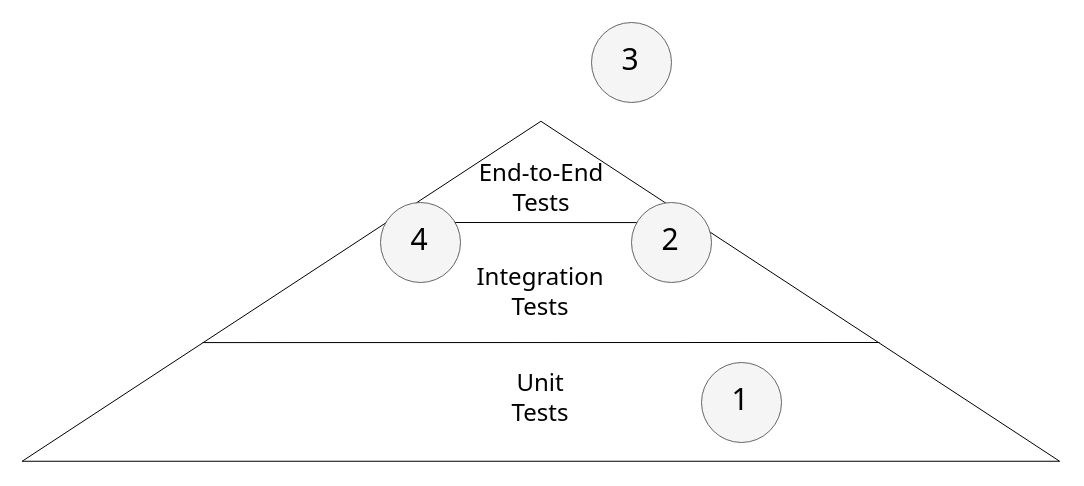
Before: docs/TestingStrategy.drawio in JonQuxBurton/MobileMicroservicesSample, a draw.io diagram. Source tidied: cells renumbered, new cells numbered last; positions are measured from the earlier drawing's top-left corner, leaving out a move shared by most shapes. Both pictures are drawn from the tidied source at 100%, with x=0, y=0 at pixel (370, -228).
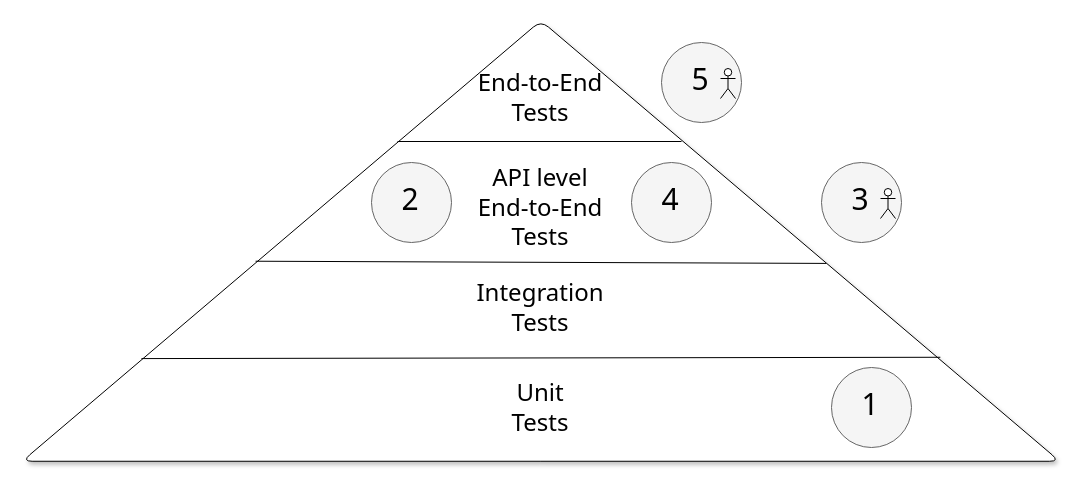
The same page after the edit.

Commit message (it also covers changes not shown here):
Updated testing pyramid diagram

Change to the diagram source:
```diff
@@
-    <mxCell id="2" style="triangle;whiteSpace=wrap;html=1;rotation=-90;" parent="1" vertex="1">
-      <mxGeometry x="0.4" width="340" height="1037.5" as="geometry" />
+    <mxCell id="2" style="triangle;whiteSpace=wrap;html=1;rotation=-90;shadow=1;sketch=0;rounded=1;" parent="1" vertex="1">
+      <mxGeometry x="-49.9" y="-50.3" width="440.6" height="1037.5" as="geometry" />
     </mxCell>
-    <mxCell id="3" style="endArrow=none;html=1;exitX=0.349;exitY=0.174;exitDx=0;exitDy=0;exitPerimeter=0;" parent="1" edge="1" source="2">
-      <mxGeometry relative="1" as="geometry">
-        <mxPoint x="509" y="570" as="targetPoint" />
-      </mxGeometry>
+    <mxCell id="3" style="endArrow=none;html=1;exitX=0.233;exitY=0.115;exitDx=0;exitDy=0;exitPerimeter=0;entryX=0.236;entryY=0.885;entryDx=0;entryDy=0;entryPerimeter=0;" parent="1" edge="1" source="2" target="2">
+      <mxGeometry relative="1" as="geometry" />
     </mxCell>
-    <mxCell id="4" style="endArrow=none;html=1;entryX=0.702;entryY=0.655;entryDx=0;entryDy=0;entryPerimeter=0;" parent="1" edge="1">
-      <mxGeometry relative="1" as="geometry">
-        <mxPoint x="17" y="450" as="sourcePoint" />
-        <mxPoint x="327.2" y="450.1" as="targetPoint" />
-      </mxGeometry>
+    <mxCell id="4" style="endArrow=none;html=1;entryX=0.449;entryY=0.775;entryDx=0;entryDy=0;exitX=0.454;exitY=0.225;exitDx=0;exitDy=0;exitPerimeter=0;entryPerimeter=0;" parent="1" edge="1" source="2" target="2">
+      <mxGeometry relative="1" as="geometry" />
     </mxCell>
     <mxCell id="5" value="&lt;div style=&quot;font-size: 24px&quot;&gt;&lt;font style=&quot;font-size: 24px&quot; face=&quot;Tahoma&quot;&gt;End-to-End&lt;/font&gt;&lt;/div&gt;&lt;div style=&quot;font-size: 24px&quot;&gt;&lt;font style=&quot;font-size: 24px&quot; face=&quot;Tahoma&quot;&gt; Tests&lt;/font&gt;&lt;/div&gt;" style="text;html=1;strokeColor=none;fillColor=none;align=center;verticalAlign=middle;whiteSpace=wrap;rounded=0;" parent="1" vertex="1">
-      <mxGeometry x="101" y="380" width="140" height="70" as="geometry" />
+      <mxGeometry x="100.4" y="290" width="140" height="70" as="geometry" />
     </mxCell>
     <mxCell id="6" value="&lt;div style=&quot;font-size: 24px&quot;&gt;&lt;font style=&quot;font-size: 24px&quot; face=&quot;Tahoma&quot;&gt;Integration&lt;/font&gt;&lt;/div&gt;&lt;div style=&quot;font-size: 24px&quot;&gt;&lt;font style=&quot;font-size: 24px&quot; face=&quot;Tahoma&quot;&gt; Tests&lt;/font&gt;&lt;/div&gt;" style="text;html=1;strokeColor=none;fillColor=none;align=center;verticalAlign=middle;whiteSpace=wrap;rounded=0;" parent="1" vertex="1">
-      <mxGeometry x="100.4" y="483.8" width="140" height="70" as="geometry" />
+      <mxGeometry x="100.4" y="500" width="140" height="70" as="geometry" />
     </mxCell>
     <mxCell id="7" value="&lt;div style=&quot;font-size: 24px&quot;&gt;&lt;font style=&quot;font-size: 24px&quot; face=&quot;Tahoma&quot;&gt;Unit &lt;br&gt;&lt;/font&gt;&lt;/div&gt;&lt;div style=&quot;font-size: 24px&quot;&gt;&lt;font style=&quot;font-size: 24px&quot; face=&quot;Tahoma&quot;&gt;Tests&lt;/font&gt;&lt;/div&gt;" style="text;html=1;strokeColor=none;fillColor=none;align=center;verticalAlign=middle;whiteSpace=wrap;rounded=0;" parent="1" vertex="1">
-      <mxGeometry x="100.4" y="590" width="140" height="70" as="geometry" />
+      <mxGeometry x="100.4" y="600" width="140" height="70" as="geometry" />
     </mxCell>
     <mxCell id="8" style="group;" parent="1" vertex="1">
-      <mxGeometry x="331" y="590" width="80" height="80" as="geometry" />
+      <mxGeometry x="461" y="595" width="80" height="80" as="geometry" />
     </mxCell>
@@
+    <mxCell id="14" style="group;" parent="1" vertex="1">
+      <mxGeometry x="451" y="390" width="80" height="80" as="geometry" />
+    </mxCell>
+    <mxCell id="15" style="ellipse;whiteSpace=wrap;html=1;fillColor=#f5f5f5;strokeColor=#666666;fontColor=#333333;" parent="14" vertex="1">
+      <mxGeometry width="80" height="80" as="geometry" />
+    </mxCell>
+    <mxCell id="16" value="&lt;font style=&quot;font-size: 30px&quot; face=&quot;Tahoma&quot;&gt;3&lt;/font&gt;" style="text;html=1;strokeColor=none;fillColor=none;align=center;verticalAlign=middle;whiteSpace=wrap;rounded=0;" parent="14" vertex="1">
+      <mxGeometry x="19" y="26" width="40" height="20" as="geometry" />
+    </mxCell>
+    <mxCell id="20" style="shape=umlActor;verticalLabelPosition=bottom;verticalAlign=top;html=1;" parent="14" vertex="1">
+      <mxGeometry x="59" y="26" width="15" height="30" as="geometry" />
+    </mxCell>
+    <mxCell id="21" value="&lt;div style=&quot;font-size: 24px&quot;&gt;&lt;font style=&quot;font-size: 24px&quot; face=&quot;Tahoma&quot;&gt;API level &lt;br&gt;&lt;/font&gt;&lt;/div&gt;&lt;div style=&quot;font-size: 24px&quot;&gt;&lt;font style=&quot;font-size: 24px&quot; face=&quot;Tahoma&quot;&gt;End-to-End&lt;/font&gt;&lt;/div&gt;&lt;div style=&quot;font-size: 24px&quot;&gt;&lt;font style=&quot;font-size: 24px&quot; face=&quot;Tahoma&quot;&gt; Tests&lt;/font&gt;&lt;/div&gt;" style="text;html=1;strokeColor=none;fillColor=none;align=center;verticalAlign=middle;whiteSpace=wrap;rounded=0;" parent="1" vertex="1">
+      <mxGeometry x="40.4" y="390" width="260" height="90" as="geometry" />
+    </mxCell>
+    <mxCell id="22" style="endArrow=none;html=1;entryX=0.36;entryY=0.82;entryDx=0;entryDy=0;entryPerimeter=0;" parent="1" edge="1" source="2">
+      <mxGeometry relative="1" as="geometry">
+        <mxPoint x="502.4" y="530.1" as="targetPoint" />
+      </mxGeometry>
+    </mxCell>
+    <mxCell id="23" style="endArrow=none;html=1;" parent="1" edge="1">
+      <mxGeometry relative="1" as="geometry">
+        <mxPoint x="27" y="369" as="sourcePoint" />
+        <mxPoint x="311" y="369" as="targetPoint" />
+      </mxGeometry>
+    </mxCell>
+    <mxCell id="24" style="group;" parent="1" vertex="1">
+      <mxGeometry x="291" y="270" width="80" height="80" as="geometry" />
+    </mxCell>
+    <mxCell id="25" style="ellipse;whiteSpace=wrap;html=1;fillColor=#f5f5f5;strokeColor=#666666;fontColor=#333333;" parent="24" vertex="1">
+      <mxGeometry width="80" height="80" as="geometry" />
+    </mxCell>
+    <mxCell id="26" value="&lt;font style=&quot;font-size: 30px&quot; face=&quot;Tahoma&quot;&gt;5&lt;/font&gt;" style="text;html=1;strokeColor=none;fillColor=none;align=center;verticalAlign=middle;whiteSpace=wrap;rounded=0;" parent="24" vertex="1">
+      <mxGeometry x="19" y="26" width="40" height="20" as="geometry" />
+    </mxCell>
+    <mxCell id="27" style="shape=umlActor;verticalLabelPosition=bottom;verticalAlign=top;html=1;" parent="24" vertex="1">
+      <mxGeometry x="59" y="26" width="15" height="30" as="geometry" />
+    </mxCell>
     <mxCell id="11" style="group;" parent="1" vertex="1">
-      <mxGeometry x="261" y="430" width="80" height="80" as="geometry" />
+      <mxGeometry x="1" y="390" width="80" height="80" as="geometry" />
     </mxCell>
@@
-    <mxCell id="14" style="group;" parent="1" vertex="1">
-      <mxGeometry x="221" y="250" width="80" height="80" as="geometry" />
-    </mxCell>
-    <mxCell id="15" style="ellipse;whiteSpace=wrap;html=1;fillColor=#f5f5f5;strokeColor=#666666;fontColor=#333333;" parent="14" vertex="1">
-      <mxGeometry width="80" height="80" as="geometry" />
-    </mxCell>
-    <mxCell id="16" value="&lt;font style=&quot;font-size: 30px&quot; face=&quot;Tahoma&quot;&gt;3&lt;/font&gt;" style="text;html=1;strokeColor=none;fillColor=none;align=center;verticalAlign=middle;whiteSpace=wrap;rounded=0;" parent="14" vertex="1">
-      <mxGeometry x="19" y="26" width="40" height="20" as="geometry" />
-    </mxCell>
     <mxCell id="17" style="group;" parent="1" vertex="1">
-      <mxGeometry x="10" y="430" width="80" height="80" as="geometry" />
+      <mxGeometry x="261" y="390" width="80" height="80" as="geometry" />
     </mxCell>
```
